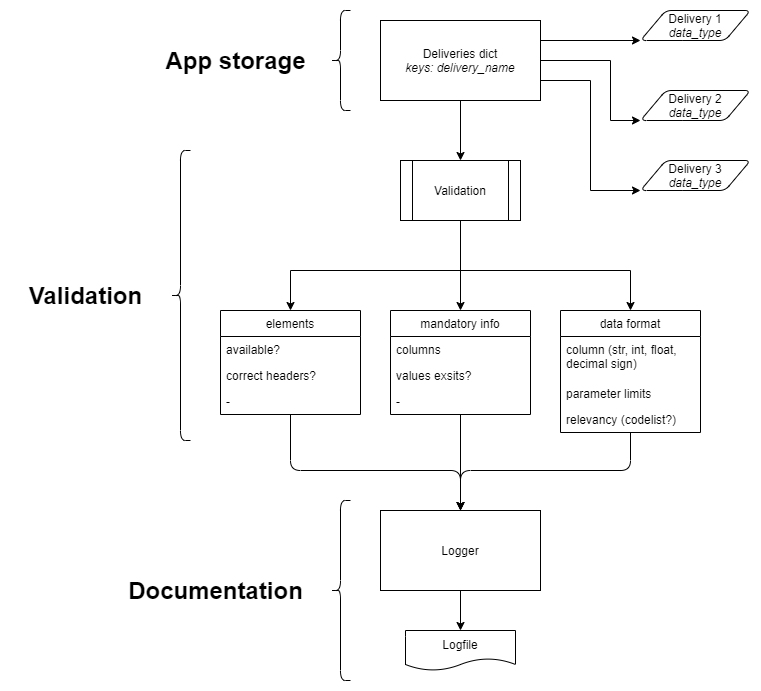
Above: doc/sketch_validation.png in sharksmhi/sharkvalidator (draw.io), before the change. Source tidied: cells renumbered, new cells last; positions are measured from the earlier drawing's top-left corner, leaving out a move shared by most shapes.
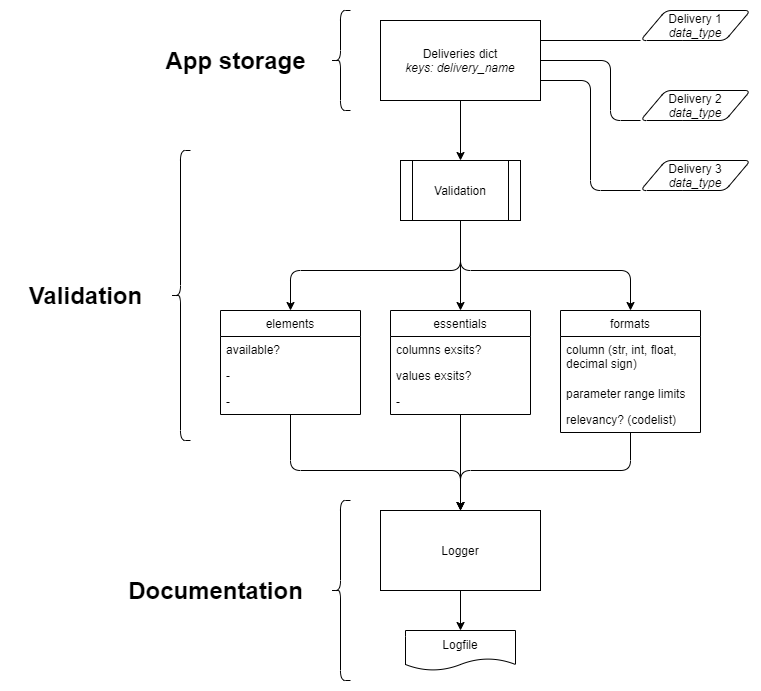
After the commit.

Commit message:
minor updates to sketch and docstrings

The edit, as a diff of the source:
```diff
@@ -8,7 +8,7 @@
     <mxCell id="3" value="Deliveries dict&lt;br&gt;&lt;i&gt;keys: delivery_name&lt;/i&gt;" style="rounded=0;whiteSpace=wrap;html=1;" parent="1" vertex="1">
       <mxGeometry x="370" y="10" width="160" height="80" as="geometry" />
     </mxCell>
-    <mxCell id="4" style="edgeStyle=orthogonalEdgeStyle;rounded=0;jettySize=auto;html=1;entryX=0.5;entryY=0;entryDx=0;entryDy=0;" parent="1" edge="1" target="22">
+    <mxCell id="4" style="edgeStyle=orthogonalEdgeStyle;rounded=1;jettySize=auto;html=1;entryX=0.5;entryY=0;entryDx=0;entryDy=0;" parent="1" edge="1" target="22">
       <mxGeometry relative="1" as="geometry">
         <mxPoint x="450" y="220" as="sourcePoint" />
         <Array as="points">
@@ -17,12 +17,12 @@
         </Array>
       </mxGeometry>
     </mxCell>
-    <mxCell id="5" style="edgeStyle=orthogonalEdgeStyle;rounded=0;jettySize=auto;html=1;entryX=0.5;entryY=0;entryDx=0;entryDy=0;" parent="1" edge="1" target="16">
+    <mxCell id="5" style="edgeStyle=orthogonalEdgeStyle;rounded=1;jettySize=auto;html=1;entryX=0.5;entryY=0;entryDx=0;entryDy=0;" parent="1" edge="1" target="16">
       <mxGeometry relative="1" as="geometry">
         <mxPoint x="450" y="220" as="sourcePoint" />
       </mxGeometry>
     </mxCell>
-    <mxCell id="6" style="edgeStyle=orthogonalEdgeStyle;rounded=0;jettySize=auto;html=1;entryX=0.5;entryY=0;entryDx=0;entryDy=0;exitX=0.5;exitY=1;exitDx=0;exitDy=0;" parent="1" edge="1" source="34" target="27">
+    <mxCell id="6" style="edgeStyle=orthogonalEdgeStyle;rounded=1;jettySize=auto;html=1;entryX=0.5;entryY=0;entryDx=0;entryDy=0;exitX=0.5;exitY=1;exitDx=0;exitDy=0;" parent="1" edge="1" source="34" target="27">
       <mxGeometry relative="1" as="geometry">
         <Array as="points">
           <mxPoint x="450" y="260" />
@@ -45,14 +45,14 @@
     <mxCell id="11" value="Delivery 3&lt;br&gt;&lt;i&gt;data_type&lt;/i&gt;" style="shape=parallelogram;html=1;strokeWidth=1;perimeter=parallelogramPerimeter;whiteSpace=wrap;rounded=1;arcSize=12;size=0.23;" parent="1" vertex="1">
       <mxGeometry x="630" y="150" width="110" height="30" as="geometry" />
     </mxCell>
-    <mxCell id="12" style="edgeStyle=orthogonalEdgeStyle;rounded=0;jettySize=auto;html=1;exitX=1;exitY=0.25;exitDx=0;exitDy=0;entryX=0;entryY=1;entryDx=0;entryDy=0;" parent="1" edge="1" source="3" target="9">
+    <mxCell id="12" style="edgeStyle=orthogonalEdgeStyle;rounded=1;jettySize=auto;html=1;exitX=1;exitY=0.25;exitDx=0;exitDy=0;entryX=0;entryY=1;entryDx=0;entryDy=0;endArrow=none;endFill=0;" parent="1" edge="1" source="3" target="9">
       <mxGeometry relative="1" as="geometry">
         <Array as="points">
           <mxPoint x="630" y="30" />
         </Array>
       </mxGeometry>
     </mxCell>
-    <mxCell id="13" style="edgeStyle=orthogonalEdgeStyle;rounded=0;jettySize=auto;html=1;entryX=0;entryY=1;entryDx=0;entryDy=0;exitX=1;exitY=0.75;exitDx=0;exitDy=0;" parent="1" edge="1" source="3" target="11">
+    <mxCell id="13" style="edgeStyle=orthogonalEdgeStyle;rounded=1;jettySize=auto;html=1;entryX=0;entryY=1;entryDx=0;entryDy=0;exitX=1;exitY=0.75;exitDx=0;exitDy=0;endArrow=none;endFill=0;" parent="1" edge="1" source="3" target="11">
       <mxGeometry relative="1" as="geometry">
         <Array as="points">
           <mxPoint x="580" y="70" />
@@ -60,7 +60,7 @@
         </Array>
       </mxGeometry>
     </mxCell>
-    <mxCell id="14" style="edgeStyle=orthogonalEdgeStyle;rounded=0;jettySize=auto;html=1;entryX=0;entryY=1;entryDx=0;entryDy=0;exitX=1;exitY=0.5;exitDx=0;exitDy=0;" parent="1" edge="1" source="3" target="10">
+    <mxCell id="14" style="edgeStyle=orthogonalEdgeStyle;rounded=1;jettySize=auto;html=1;entryX=0;entryY=1;entryDx=0;entryDy=0;exitX=1;exitY=0.5;exitDx=0;exitDy=0;endArrow=none;endFill=0;" parent="1" edge="1" source="3" target="10">
       <mxGeometry relative="1" as="geometry">
         <Array as="points">
           <mxPoint x="600" y="50" />
@@ -71,10 +71,10 @@
     <mxCell id="15" style="edgeStyle=orthogonalEdgeStyle;rounded=1;jettySize=auto;html=1;entryX=0.5;entryY=0;entryDx=0;entryDy=0;" parent="1" edge="1" source="16" target="33">
       <mxGeometry relative="1" as="geometry" />
     </mxCell>
-    <mxCell id="16" value="mandatory info" style="swimlane;fontStyle=0;horizontal=1;startSize=26;fillColor=none;strokeWidth=1;" parent="1" vertex="1">
+    <mxCell id="16" value="essentials" style="swimlane;fontStyle=0;horizontal=1;startSize=26;fillColor=none;strokeWidth=1;" parent="1" vertex="1">
       <mxGeometry x="380" y="300" width="140" height="104" as="geometry" />
     </mxCell>
-    <mxCell id="17" value="columns" style="text;strokeColor=none;fillColor=none;align=left;verticalAlign=top;spacingLeft=4;spacingRight=4;overflow=hidden;" parent="16" vertex="1">
+    <mxCell id="17" value="columns exsits?" style="text;strokeColor=none;fillColor=none;align=left;verticalAlign=top;spacingLeft=4;spacingRight=4;overflow=hidden;" parent="16" vertex="1">
       <mxGeometry y="26" width="140" height="26" as="geometry" />
     </mxCell>
     <mxCell id="18" value="values exsits?" style="text;strokeColor=none;fillColor=none;align=left;verticalAlign=top;spacingLeft=4;spacingRight=4;overflow=hidden;" parent="16" vertex="1">
@@ -100,7 +100,7 @@
     <mxCell id="23" value="available?" style="text;strokeColor=none;fillColor=none;align=left;verticalAlign=top;spacingLeft=4;spacingRight=4;overflow=hidden;" parent="22" vertex="1">
       <mxGeometry y="26" width="140" height="26" as="geometry" />
     </mxCell>
-    <mxCell id="24" value="correct headers?" style="text;strokeColor=none;fillColor=none;align=left;verticalAlign=top;spacingLeft=4;spacingRight=4;overflow=hidden;" parent="22" vertex="1">
+    <mxCell id="24" value="-" style="text;strokeColor=none;fillColor=none;align=left;verticalAlign=top;spacingLeft=4;spacingRight=4;overflow=hidden;" parent="22" vertex="1">
       <mxGeometry y="52" width="140" height="26" as="geometry" />
     </mxCell>
     <mxCell id="25" value="-" style="text;strokeColor=none;fillColor=none;align=left;verticalAlign=top;spacingLeft=4;spacingRight=4;overflow=hidden;" parent="22" vertex="1">
@@ -114,16 +114,16 @@
         </Array>
       </mxGeometry>
     </mxCell>
-    <mxCell id="27" value="data format" style="swimlane;fontStyle=0;horizontal=1;startSize=26;fillColor=none;strokeWidth=1;" parent="1" vertex="1">
+    <mxCell id="27" value="formats" style="swimlane;fontStyle=0;horizontal=1;startSize=26;fillColor=none;strokeWidth=1;" parent="1" vertex="1">
       <mxGeometry x="550" y="300" width="140" height="122" as="geometry" />
     </mxCell>
     <mxCell id="28" value="column (str, int, float, &#10;decimal sign)" style="text;strokeColor=none;fillColor=none;align=left;verticalAlign=top;spacingLeft=4;spacingRight=4;overflow=hidden;" parent="27" vertex="1">
       <mxGeometry y="26" width="140" height="44" as="geometry" />
     </mxCell>
-    <mxCell id="29" value="parameter limits" style="text;strokeColor=none;fillColor=none;align=left;verticalAlign=top;spacingLeft=4;spacingRight=4;overflow=hidden;" parent="27" vertex="1">
+    <mxCell id="29" value="parameter range limits" style="text;strokeColor=none;fillColor=none;align=left;verticalAlign=top;spacingLeft=4;spacingRight=4;overflow=hidden;" parent="27" vertex="1">
       <mxGeometry y="70" width="140" height="26" as="geometry" />
     </mxCell>
-    <mxCell id="30" value="relevancy (codelist?)" style="text;strokeColor=none;fillColor=none;align=left;verticalAlign=top;spacingLeft=4;spacingRight=4;overflow=hidden;" parent="27" vertex="1">
+    <mxCell id="30" value="relevancy? (codelist)" style="text;strokeColor=none;fillColor=none;align=left;verticalAlign=top;spacingLeft=4;spacingRight=4;overflow=hidden;" parent="27" vertex="1">
       <mxGeometry y="96" width="140" height="26" as="geometry" />
     </mxCell>
     <mxCell id="31" value="Validation" style="text;strokeColor=none;fillColor=none;html=1;fontSize=24;fontStyle=1;verticalAlign=middle;align=center;" parent="1" vertex="1">
```
